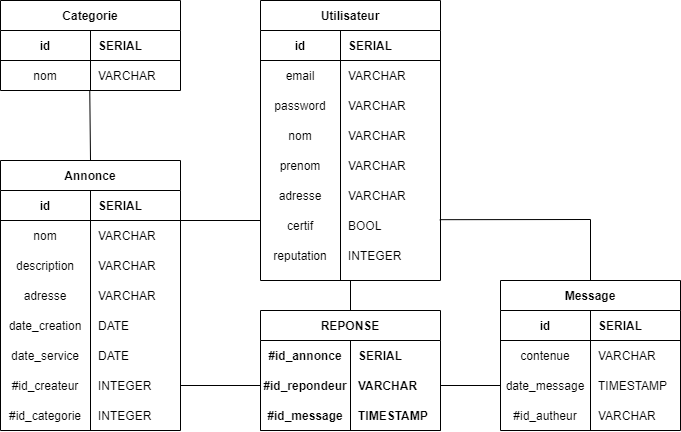
Earlier version of the draw.io export rapport/images/Schema-relationnel-BDD.png (SkavenWannabe/ArtEntraide). Source tidied: cells renumbered, new cells last; positions are measured from the earlier drawing's top-left corner, leaving out a move shared by most shapes.
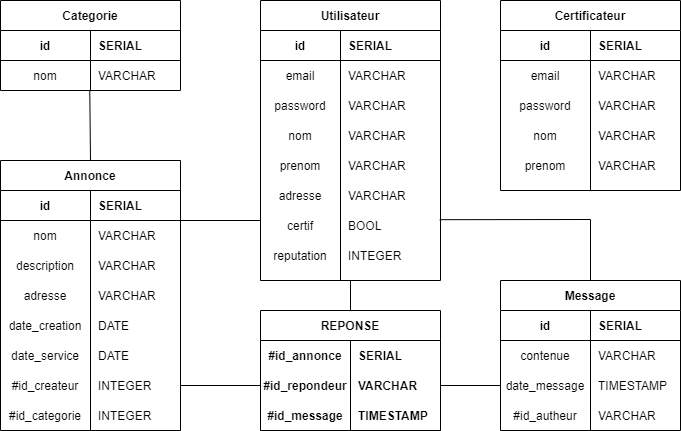
The same diagram one commit later.

Commit message:
schéma relationnel bdd màj

The edit, as a diff of the source:
```diff
@@ -267,5 +267,53 @@
         <mxPoint x="260" y="220" as="targetPoint" />
       </mxGeometry>
     </mxCell>
+    <mxCell id="88" value="Certificateur" style="shape=table;startSize=30;rowLines=0;fontStyle=1;align=center;columnLines=1;resizeLastRow=0;" parent="1" vertex="1">
+      <mxGeometry x="500" width="180" height="190" as="geometry" />
+    </mxCell>
+    <mxCell id="89" style="shape=partialRectangle;fillColor=none;top=0;left=0;bottom=1;right=0;" parent="88" vertex="1">
+      <mxGeometry y="30" width="180" height="30" as="geometry" />
+    </mxCell>
+    <mxCell id="90" value="id" style="shape=partialRectangle;fillColor=none;top=0;left=0;bottom=0;right=0;fontStyle=1;overflow=hidden;" parent="89" vertex="1">
+      <mxGeometry width="90" height="30" as="geometry" />
+    </mxCell>
+    <mxCell id="91" value="SERIAL" style="shape=partialRectangle;fillColor=none;top=0;left=0;bottom=0;right=0;align=left;spacingLeft=6;fontStyle=1;overflow=hidden;" parent="89" vertex="1">
+      <mxGeometry x="90" width="90" height="30" as="geometry" />
+    </mxCell>
+    <mxCell id="92" style="shape=partialRectangle;fillColor=none;top=0;left=0;bottom=0;right=0;" parent="88" vertex="1">
+      <mxGeometry y="60" width="180" height="30" as="geometry" />
+    </mxCell>
+    <mxCell id="93" value="email" style="shape=partialRectangle;fillColor=none;top=0;left=0;bottom=0;right=0;overflow=hidden;" parent="92" vertex="1">
+      <mxGeometry width="90" height="30" as="geometry" />
+    </mxCell>
+    <mxCell id="94" value="VARCHAR" style="shape=partialRectangle;fillColor=none;top=0;left=0;bottom=0;right=0;align=left;spacingLeft=6;overflow=hidden;" parent="92" vertex="1">
+      <mxGeometry x="90" width="90" height="30" as="geometry" />
+    </mxCell>
+    <mxCell id="95" style="shape=partialRectangle;fillColor=none;top=0;left=0;bottom=0;right=0;" parent="88" vertex="1">
+      <mxGeometry y="90" width="180" height="30" as="geometry" />
+    </mxCell>
+    <mxCell id="96" value="password" style="shape=partialRectangle;fillColor=none;top=0;left=0;bottom=0;right=0;overflow=hidden;" parent="95" vertex="1">
+      <mxGeometry width="90" height="30" as="geometry" />
+    </mxCell>
+    <mxCell id="97" value="VARCHAR" style="shape=partialRectangle;fillColor=none;top=0;left=0;bottom=0;right=0;align=left;spacingLeft=6;overflow=hidden;" parent="95" vertex="1">
+      <mxGeometry x="90" width="90" height="30" as="geometry" />
+    </mxCell>
+    <mxCell id="98" style="shape=partialRectangle;fillColor=none;top=0;left=0;bottom=0;right=0;" parent="88" vertex="1">
+      <mxGeometry y="120" width="180" height="30" as="geometry" />
+    </mxCell>
+    <mxCell id="99" value="nom" style="shape=partialRectangle;fillColor=none;top=0;left=0;bottom=0;right=0;overflow=hidden;" parent="98" vertex="1">
+      <mxGeometry width="90" height="30" as="geometry" />
+    </mxCell>
+    <mxCell id="100" value="VARCHAR" style="shape=partialRectangle;fillColor=none;top=0;left=0;bottom=0;right=0;align=left;spacingLeft=6;overflow=hidden;" parent="98" vertex="1">
+      <mxGeometry x="90" width="90" height="30" as="geometry" />
+    </mxCell>
+    <mxCell id="101" style="shape=partialRectangle;fillColor=none;top=0;left=0;bottom=0;right=0;" parent="88" vertex="1">
+      <mxGeometry y="150" width="180" height="30" as="geometry" />
+    </mxCell>
+    <mxCell id="102" value="prenom" style="shape=partialRectangle;fillColor=none;top=0;left=0;bottom=0;right=0;fontStyle=0;overflow=hidden;" parent="101" vertex="1">
+      <mxGeometry width="90" height="30" as="geometry" />
+    </mxCell>
+    <mxCell id="103" value="VARCHAR" style="shape=partialRectangle;fillColor=none;top=0;left=0;bottom=0;right=0;align=left;spacingLeft=6;fontStyle=0;overflow=hidden;" parent="101" vertex="1">
+      <mxGeometry x="90" width="90" height="30" as="geometry" />
+    </mxCell>
   </root>
 </mxGraphModel>
```
